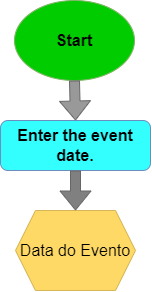
The draw.io diagram Atividade prática1.drawio.png in gabrielinfo13/UC8-Logica-Programacao, before a commit. Source tidied: cells renumbered, new cells last; positions are measured from the earlier drawing's top-left corner, leaving out a move shared by most shapes.
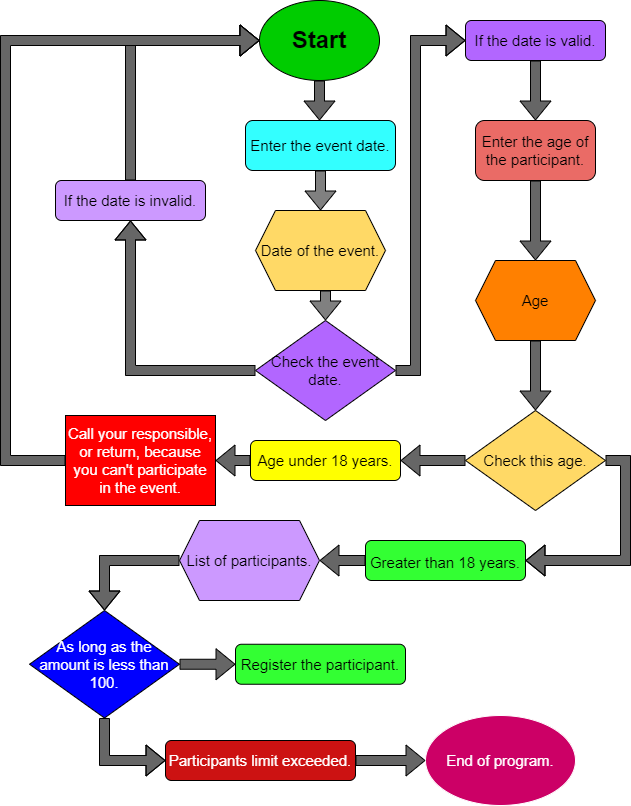
After the change.

What changed in the source:
```diff
@@ -2,20 +2,146 @@
   <root>
     <mxCell id="0" />
     <mxCell id="1" parent="0" />
-    <mxCell id="2" value="&lt;b&gt;&lt;font style=&quot;font-size: 16px&quot;&gt;Start&lt;/font&gt;&lt;/b&gt;" style="ellipse;whiteSpace=wrap;html=1;fillColor=#00CC00;strokeColor=#82b366;" parent="1" vertex="1">
+    <mxCell id="2" value="&lt;b&gt;&lt;font style=&quot;font-size: 24px&quot;&gt;Start&lt;/font&gt;&lt;/b&gt;" style="ellipse;whiteSpace=wrap;html=1;fillColor=#00CC00;strokeColor=default;" parent="1" vertex="1">
       <mxGeometry x="14" width="120" height="80" as="geometry" />
     </mxCell>
-    <mxCell id="3" value="&lt;b&gt;Enter the event date.&lt;/b&gt;" style="rounded=1;whiteSpace=wrap;html=1;fontSize=16;fillColor=#33FFFF;strokeColor=#6c8ebf;" parent="1" vertex="1">
+    <mxCell id="3" value="&lt;font style=&quot;font-size: 15px&quot;&gt;Enter the event date.&lt;/font&gt;" style="rounded=1;whiteSpace=wrap;html=1;fontSize=16;fillColor=#33FFFF;strokeColor=default;" parent="1" vertex="1">
       <mxGeometry y="120" width="150" height="50" as="geometry" />
     </mxCell>
-    <mxCell id="4" value="Data do Evento" style="shape=hexagon;perimeter=hexagonPerimeter2;whiteSpace=wrap;html=1;fixedSize=1;fontSize=16;fillColor=#FFD966;strokeColor=#d6b656;" parent="1" vertex="1">
-      <mxGeometry x="15" y="210" width="120" height="80" as="geometry" />
+    <mxCell id="4" value="&lt;font style=&quot;font-size: 15px&quot;&gt;Date of the event.&lt;/font&gt;" style="shape=hexagon;perimeter=hexagonPerimeter2;whiteSpace=wrap;html=1;fixedSize=1;fontSize=16;fillColor=#FFD966;strokeColor=default;" parent="1" vertex="1">
+      <mxGeometry x="10" y="210" width="130" height="80" as="geometry" />
     </mxCell>
-    <mxCell id="5" style="shape=flexArrow;endArrow=classic;html=1;rounded=0;fontSize=16;exitX=0.5;exitY=1;exitDx=0;exitDy=0;entryX=0.5;entryY=0;entryDx=0;entryDy=0;fillColor=#999999;strokeColor=#666666;" parent="1" edge="1" source="2" target="3">
-      <mxGeometry relative="1" as="geometry" />
+    <mxCell id="5" style="shape=flexArrow;endArrow=classic;html=1;rounded=0;fontSize=16;exitX=0.5;exitY=1;exitDx=0;exitDy=0;fillColor=#666666;strokeColor=default;gradientColor=none;" parent="1" edge="1" source="2">
+      <mxGeometry relative="1" as="geometry">
+        <mxPoint x="74" y="120" as="targetPoint" />
+      </mxGeometry>
     </mxCell>
-    <mxCell id="6" style="shape=flexArrow;endArrow=classic;html=1;rounded=0;fontSize=16;exitX=0.5;exitY=1;exitDx=0;exitDy=0;entryX=0.5;entryY=0;entryDx=0;entryDy=0;fillColor=#808080;strokeColor=#666666;" parent="1" edge="1" source="3" target="4">
+    <mxCell id="6" style="shape=flexArrow;endArrow=classic;html=1;rounded=0;fontSize=16;exitX=0.5;exitY=1;exitDx=0;exitDy=0;entryX=0.5;entryY=0;entryDx=0;entryDy=0;fillColor=#808080;strokeColor=default;" parent="1" edge="1" source="3" target="4">
       <mxGeometry relative="1" as="geometry" />
     </mxCell>
+    <mxCell id="7" style="shape=flexArrow;endArrow=classic;html=1;rounded=0;fontSize=16;fillColor=#808080;entryX=0.5;entryY=0;entryDx=0;entryDy=0;" parent="1" edge="1">
+      <mxGeometry relative="1" as="geometry">
+        <mxPoint x="80" y="290" as="sourcePoint" />
+        <mxPoint x="80" y="320" as="targetPoint" />
+      </mxGeometry>
+    </mxCell>
+    <mxCell id="8" value="&lt;font style=&quot;font-size: 15px&quot;&gt;If the date is invalid.&lt;/font&gt;" style="rounded=1;whiteSpace=wrap;html=1;fontSize=14;fillColor=#CC99FF;" parent="1" vertex="1">
+      <mxGeometry x="-190" y="180" width="150" height="40" as="geometry" />
+    </mxCell>
+    <mxCell id="9" style="shape=flexArrow;endArrow=classic;html=1;rounded=0;fontSize=14;fillColor=#666666;exitX=0.5;exitY=0;exitDx=0;exitDy=0;entryX=0;entryY=0.5;entryDx=0;entryDy=0;" parent="1" edge="1" source="8" target="2">
+      <mxGeometry relative="1" as="geometry">
+        <Array as="points">
+          <mxPoint x="-115" y="40" />
+        </Array>
+      </mxGeometry>
+    </mxCell>
+    <mxCell id="10" style="shape=flexArrow;endArrow=classic;html=1;rounded=0;fontSize=14;strokeColor=default;fillColor=#666666;gradientColor=none;exitX=0;exitY=0.5;exitDx=0;exitDy=0;entryX=0.5;entryY=1;entryDx=0;entryDy=0;" parent="1" edge="1" source="16" target="8">
+      <mxGeometry relative="1" as="geometry">
+        <Array as="points">
+          <mxPoint x="-115" y="370" />
+        </Array>
+      </mxGeometry>
+    </mxCell>
+    <mxCell id="11" value="If the date is valid." style="rounded=1;whiteSpace=wrap;html=1;fontSize=15;strokeColor=default;fillColor=#B266FF;" parent="1" vertex="1">
+      <mxGeometry x="220" y="20" width="140" height="40" as="geometry" />
+    </mxCell>
+    <mxCell id="12" style="shape=flexArrow;endArrow=classic;html=1;rounded=0;fontSize=15;strokeColor=default;fillColor=#666666;gradientColor=none;entryX=0;entryY=0.5;entryDx=0;entryDy=0;exitX=1;exitY=0.5;exitDx=0;exitDy=0;" parent="1" edge="1" source="16" target="11">
+      <mxGeometry relative="1" as="geometry">
+        <Array as="points">
+          <mxPoint x="170" y="370" />
+          <mxPoint x="170" y="40" />
+        </Array>
+      </mxGeometry>
+    </mxCell>
+    <mxCell id="13" value="&lt;font style=&quot;font-size: 15px&quot;&gt;Enter the age of the participant.&lt;/font&gt;" style="rounded=1;whiteSpace=wrap;html=1;fontSize=14;strokeColor=default;fillColor=#EA6B66;" parent="1" vertex="1">
+      <mxGeometry x="230" y="120" width="120" height="60" as="geometry" />
+    </mxCell>
+    <mxCell id="14" value="Age" style="shape=hexagon;perimeter=hexagonPerimeter2;whiteSpace=wrap;html=1;fixedSize=1;fontSize=15;strokeColor=default;fillColor=#FF8000;" parent="1" vertex="1">
+      <mxGeometry x="230" y="260" width="120" height="80" as="geometry" />
+    </mxCell>
+    <mxCell id="15" style="shape=flexArrow;endArrow=classic;html=1;rounded=0;fontSize=15;strokeColor=default;fillColor=#666666;gradientColor=none;exitX=0.5;exitY=1;exitDx=0;exitDy=0;entryX=0.5;entryY=0;entryDx=0;entryDy=0;" parent="1" edge="1" source="13" target="14">
+      <mxGeometry relative="1" as="geometry" />
+    </mxCell>
+    <mxCell id="16" value="&lt;span&gt;Check the event date.&lt;/span&gt;" style="rhombus;whiteSpace=wrap;html=1;fontSize=15;strokeColor=default;fillColor=#B266FF;" parent="1" vertex="1">
+      <mxGeometry x="10" y="320" width="140" height="100" as="geometry" />
+    </mxCell>
+    <mxCell id="17" value="Check this age." style="rhombus;whiteSpace=wrap;html=1;rounded=0;shadow=0;labelBackgroundColor=none;labelBorderColor=none;sketch=0;fontSize=15;strokeColor=default;fillColor=#FFD966;" parent="1" vertex="1">
+      <mxGeometry x="220" y="410" width="140" height="100" as="geometry" />
+    </mxCell>
+    <mxCell id="18" style="shape=flexArrow;endArrow=classic;html=1;rounded=0;fontSize=15;strokeColor=default;fillColor=#666666;gradientColor=none;exitX=0.5;exitY=1;exitDx=0;exitDy=0;entryX=0.5;entryY=0;entryDx=0;entryDy=0;" parent="1" edge="1" source="14" target="17">
+      <mxGeometry relative="1" as="geometry" />
+    </mxCell>
+    <mxCell id="19" value="Age under 18 years." style="rounded=1;whiteSpace=wrap;html=1;shadow=0;labelBackgroundColor=none;labelBorderColor=none;sketch=0;fontSize=15;strokeColor=default;fillColor=#FFFF00;" parent="1" vertex="1">
+      <mxGeometry x="5" y="440" width="150" height="40" as="geometry" />
+    </mxCell>
+    <mxCell id="20" style="shape=flexArrow;endArrow=classic;html=1;rounded=0;fontSize=15;strokeColor=default;fillColor=#666666;gradientColor=none;exitX=0;exitY=0.5;exitDx=0;exitDy=0;entryX=1;entryY=0.5;entryDx=0;entryDy=0;" parent="1" edge="1" source="17" target="19">
+      <mxGeometry relative="1" as="geometry" />
+    </mxCell>
+    <mxCell id="21" value="Call your responsible, or return, because you can't participate in the event." style="rounded=0;whiteSpace=wrap;html=1;shadow=0;labelBackgroundColor=none;labelBorderColor=none;sketch=0;fontSize=15;strokeColor=default;fillColor=#FF0000;fontColor=#FFFFFF;" parent="1" vertex="1">
+      <mxGeometry x="-180" y="415" width="150" height="90" as="geometry" />
+    </mxCell>
+    <mxCell id="22" style="shape=flexArrow;endArrow=classic;html=1;rounded=0;fontSize=15;strokeColor=default;fillColor=#666666;gradientColor=none;exitX=0;exitY=0.5;exitDx=0;exitDy=0;entryX=1;entryY=0.5;entryDx=0;entryDy=0;" parent="1" edge="1" source="19" target="21">
+      <mxGeometry relative="1" as="geometry" />
+    </mxCell>
+    <mxCell id="23" style="shape=flexArrow;endArrow=classic;html=1;rounded=0;fontSize=24;strokeColor=default;fillColor=#666666;gradientColor=none;exitX=0;exitY=0.5;exitDx=0;exitDy=0;entryX=0;entryY=0.5;entryDx=0;entryDy=0;" parent="1" edge="1" source="21" target="2">
+      <mxGeometry relative="1" as="geometry">
+        <Array as="points">
+          <mxPoint x="-240" y="460" />
+          <mxPoint x="-240" y="40" />
+        </Array>
+      </mxGeometry>
+    </mxCell>
+    <mxCell id="24" value="&lt;font style=&quot;font-size: 15px&quot;&gt;Greater than 18 years.&lt;/font&gt;" style="rounded=1;whiteSpace=wrap;html=1;shadow=0;labelBackgroundColor=none;labelBorderColor=none;sketch=0;fontSize=24;fontColor=#000000;strokeColor=default;fillColor=#33FF33;" parent="1" vertex="1">
+      <mxGeometry x="120" y="540" width="160" height="40" as="geometry" />
+    </mxCell>
+    <mxCell id="25" style="shape=flexArrow;endArrow=classic;html=1;rounded=0;fontSize=15;fontColor=#000000;strokeColor=default;fillColor=#666666;gradientColor=none;exitX=1;exitY=0.5;exitDx=0;exitDy=0;entryX=1;entryY=0.5;entryDx=0;entryDy=0;" parent="1" edge="1" source="17" target="24">
+      <mxGeometry relative="1" as="geometry">
+        <Array as="points">
+          <mxPoint x="380" y="460" />
+          <mxPoint x="380" y="560" />
+        </Array>
+      </mxGeometry>
+    </mxCell>
+    <mxCell id="26" value="List of participants." style="shape=hexagon;perimeter=hexagonPerimeter2;whiteSpace=wrap;html=1;fixedSize=1;rounded=0;shadow=0;labelBackgroundColor=none;labelBorderColor=none;sketch=0;fontSize=15;fontColor=#000000;strokeColor=default;fillColor=#CC99FF;" parent="1" vertex="1">
+      <mxGeometry x="-66" y="520" width="140" height="80" as="geometry" />
+    </mxCell>
+    <mxCell id="27" style="shape=flexArrow;endArrow=classic;html=1;rounded=0;fontSize=15;fontColor=#000000;strokeColor=default;fillColor=#666666;gradientColor=none;exitX=0;exitY=0.5;exitDx=0;exitDy=0;entryX=1;entryY=0.5;entryDx=0;entryDy=0;" parent="1" edge="1" source="24" target="26">
+      <mxGeometry relative="1" as="geometry" />
+    </mxCell>
+    <mxCell id="28" value="As long as the amount is less than 100." style="rhombus;whiteSpace=wrap;html=1;rounded=0;shadow=0;labelBackgroundColor=none;labelBorderColor=none;sketch=0;fontSize=15;fontColor=#FFFFFF;strokeColor=default;fillColor=#0000FF;" parent="1" vertex="1">
+      <mxGeometry x="-216" y="610" width="150" height="107.5" as="geometry" />
+    </mxCell>
+    <mxCell id="29" style="shape=flexArrow;endArrow=classic;html=1;rounded=0;fontSize=15;fontColor=#000000;strokeColor=default;fillColor=#666666;gradientColor=none;exitX=0;exitY=0.5;exitDx=0;exitDy=0;entryX=0.5;entryY=0;entryDx=0;entryDy=0;" parent="1" edge="1" source="26" target="28">
+      <mxGeometry relative="1" as="geometry">
+        <Array as="points">
+          <mxPoint x="-141" y="560" />
+        </Array>
+      </mxGeometry>
+    </mxCell>
+    <mxCell id="30" value="Register the participant." style="rounded=1;whiteSpace=wrap;html=1;shadow=0;labelBackgroundColor=none;labelBorderColor=none;sketch=0;fontSize=15;fontColor=#000000;strokeColor=default;fillColor=#33FF33;" parent="1" vertex="1">
+      <mxGeometry x="-10" y="643.8" width="170" height="40" as="geometry" />
+    </mxCell>
+    <mxCell id="31" value="Participants limit exceeded." style="rounded=1;whiteSpace=wrap;html=1;shadow=0;labelBackgroundColor=none;labelBorderColor=none;sketch=0;fontSize=15;fontColor=#FFFFFF;strokeColor=default;fillColor=#CC1212;" parent="1" vertex="1">
+      <mxGeometry x="-80" y="740" width="190" height="40" as="geometry" />
+    </mxCell>
+    <mxCell id="32" value="End of program." style="ellipse;whiteSpace=wrap;html=1;rounded=0;shadow=0;labelBackgroundColor=none;labelBorderColor=none;sketch=0;fontSize=15;fontColor=#FFFFFF;strokeColor=#FFFFFF;fillColor=#CC0066;" parent="1" vertex="1">
+      <mxGeometry x="180" y="715" width="150" height="90" as="geometry" />
+    </mxCell>
+    <mxCell id="33" style="shape=flexArrow;endArrow=classic;html=1;rounded=0;fontSize=15;fontColor=#000000;strokeColor=default;fillColor=#666666;gradientColor=none;exitX=1;exitY=0.5;exitDx=0;exitDy=0;entryX=0;entryY=0.5;entryDx=0;entryDy=0;" parent="1" edge="1" source="31" target="32">
+      <mxGeometry relative="1" as="geometry" />
+    </mxCell>
+    <mxCell id="34" style="shape=flexArrow;endArrow=classic;html=1;rounded=0;fontSize=15;fontColor=#FFFFFF;strokeColor=default;fillColor=#666666;gradientColor=none;exitX=0.5;exitY=1;exitDx=0;exitDy=0;" parent="1" edge="1" source="11" target="13">
+      <mxGeometry relative="1" as="geometry" />
+    </mxCell>
+    <mxCell id="35" style="shape=flexArrow;endArrow=classic;html=1;rounded=0;fontSize=15;fontColor=#FFFFFF;strokeColor=default;fillColor=#666666;gradientColor=none;exitX=1;exitY=0.5;exitDx=0;exitDy=0;entryX=0;entryY=0.5;entryDx=0;entryDy=0;" parent="1" edge="1" source="28" target="30">
+      <mxGeometry relative="1" as="geometry" />
+    </mxCell>
+    <mxCell id="36" style="shape=flexArrow;endArrow=classic;html=1;rounded=0;fontSize=15;fontColor=#FFFFFF;strokeColor=default;fillColor=#666666;gradientColor=none;exitX=0.5;exitY=1;exitDx=0;exitDy=0;entryX=0;entryY=0.5;entryDx=0;entryDy=0;" parent="1" edge="1" source="28" target="31">
+      <mxGeometry relative="1" as="geometry">
+        <Array as="points">
+          <mxPoint x="-141" y="760" />
+        </Array>
+      </mxGeometry>
+    </mxCell>
   </root>
 </mxGraphModel>
```
